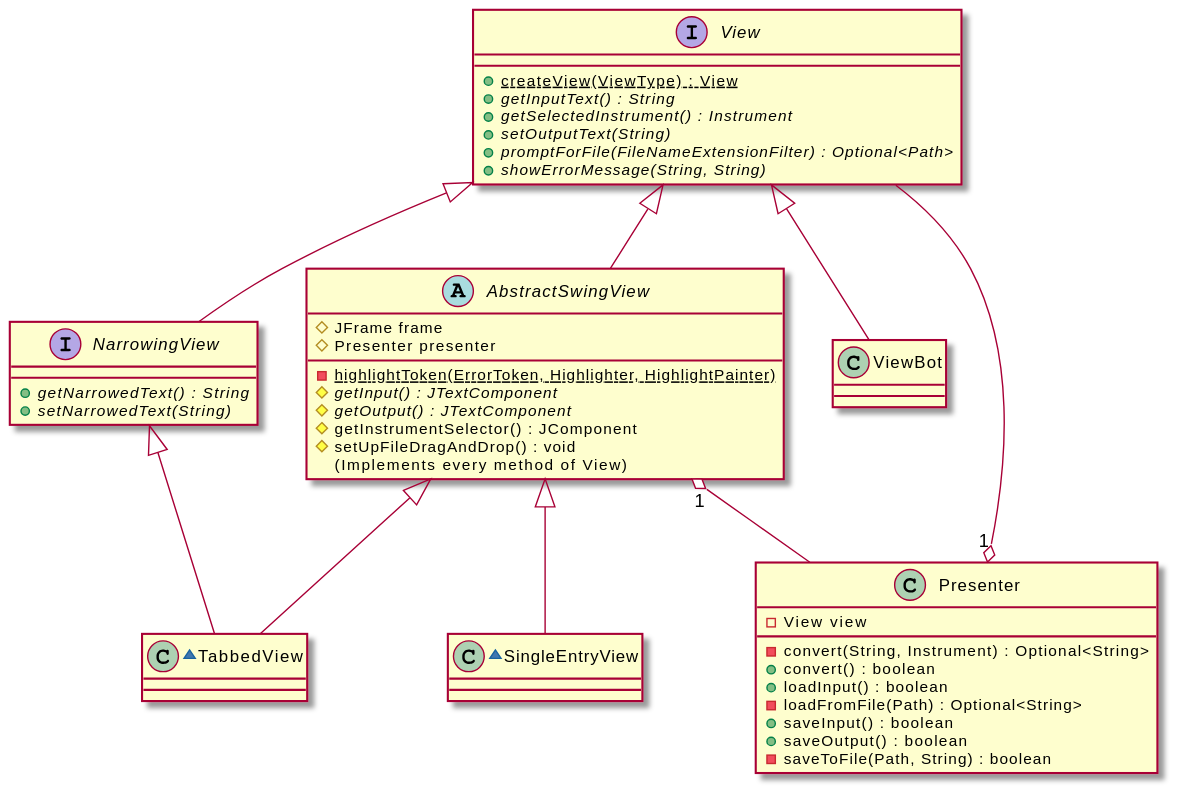
Above: Documentation/frontend-class-diagram.svg in ahopk127/eecs2311-tab2xml (PlantUML), before the change.
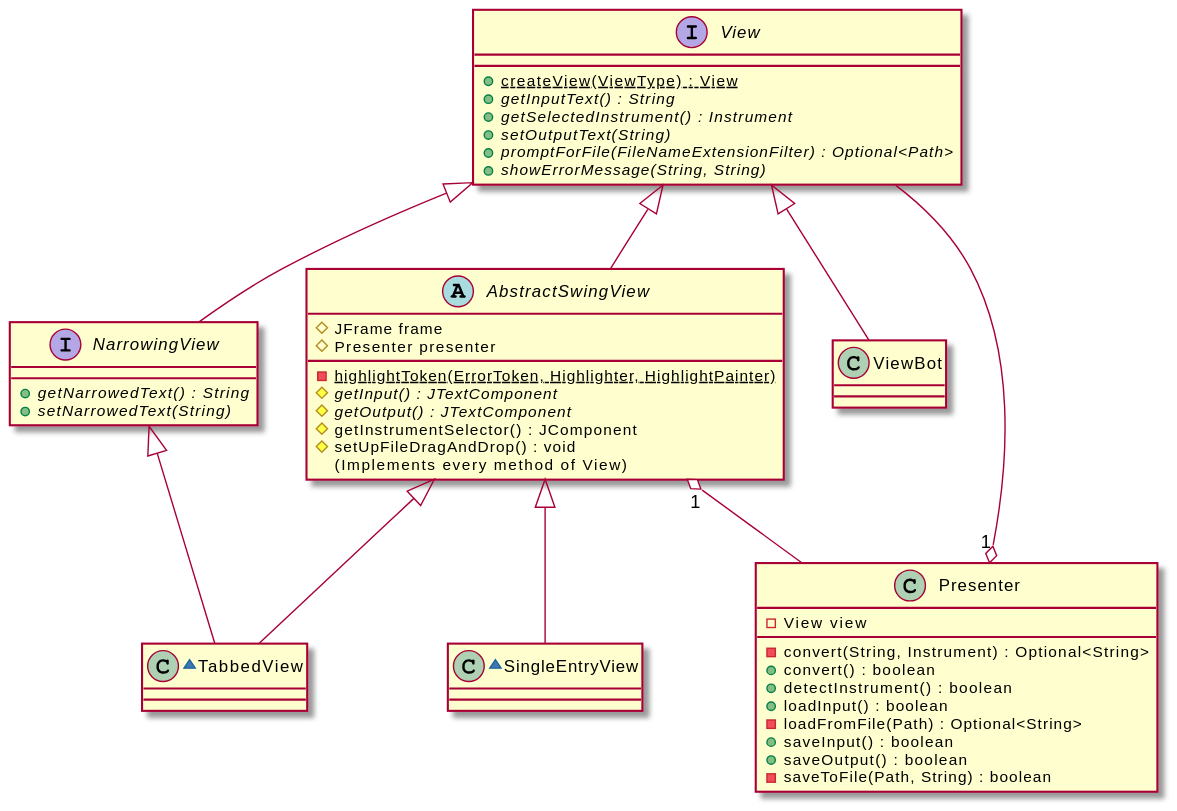
The same diagram one commit later.

The edit, as a diff of the source:
```diff
@@ -18,6 +18,7 @@
 
   -convert(String, Instrument) : Optional<String>
   +convert() : boolean
+  +detectInstrument() : boolean
   +loadInput() : boolean
   -loadFromFile(Path) : Optional<String>
   +saveInput() : boolean
```
